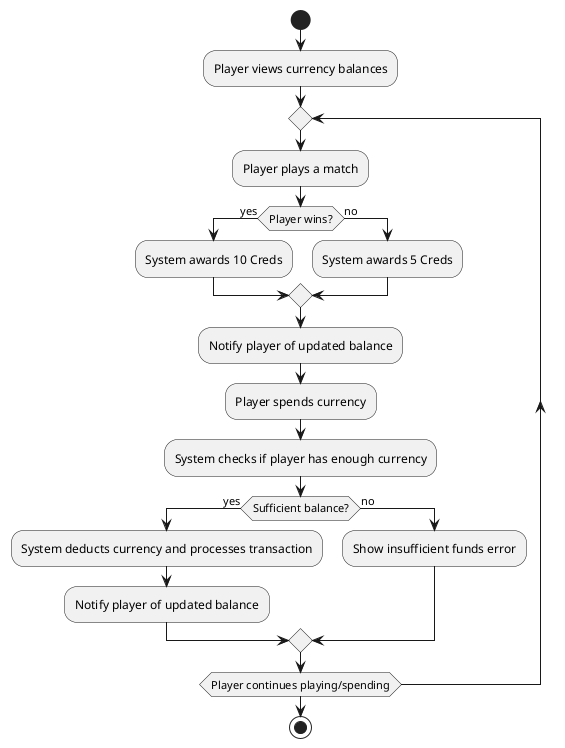
Before: documentation/new-docs/diagrams/module6/transaction6_1_activity.png, a diagram exported from PlantUML (hiimghostine/darknet-duel). Its diagram source:
```plantuml
@startuml
start
:Player views currency balances;
repeat
  :Player plays a match;
  if (Player wins?) then (yes)
    :System awards 10 Creds;
  else (no)
    :System awards 5 Creds;
  endif
  :Notify player of updated balance;
  :Player spends currency;
  :System checks if player has enough currency;
  if (Sufficient balance?) then (yes)
    :System deducts currency and processes transaction;
    :Notify player of updated balance;
  else (no)
    :Show insufficient funds error;
  endif
repeat while (Player continues playing/spending)
stop
@enduml
```
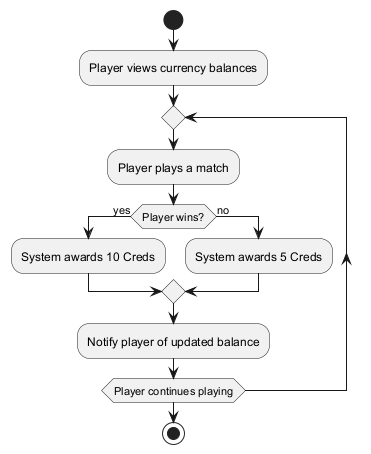
The same diagram one commit later.

Change to the diagram source:
```diff
@@ -9,14 +9,6 @@
     :System awards 5 Creds;
   endif
   :Notify player of updated balance;
-  :Player spends currency;
-  :System checks if player has enough currency;
-  if (Sufficient balance?) then (yes)
-    :System deducts currency and processes transaction;
-    :Notify player of updated balance;
-  else (no)
-    :Show insufficient funds error;
-  endif
-repeat while (Player continues playing/spending)
+repeat while (Player continues playing)
 stop
 @enduml
```
